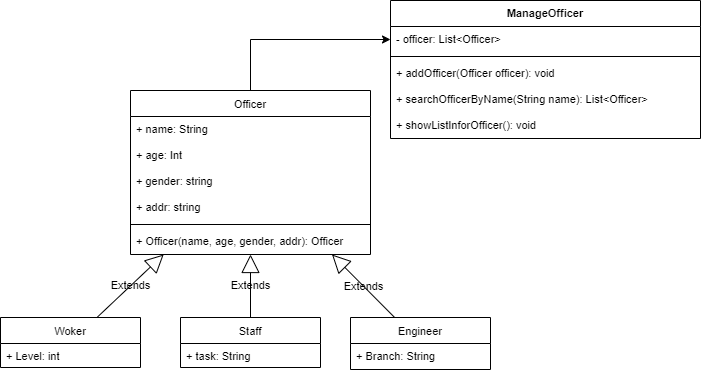
Above: unit1/UML_unit1.drawio.png in Tarykege/Java-assignment (draw.io), before the change. Source tidied: cells renumbered, new cells last; positions are measured from the earlier drawing's top-left corner, leaving out a move shared by most shapes.
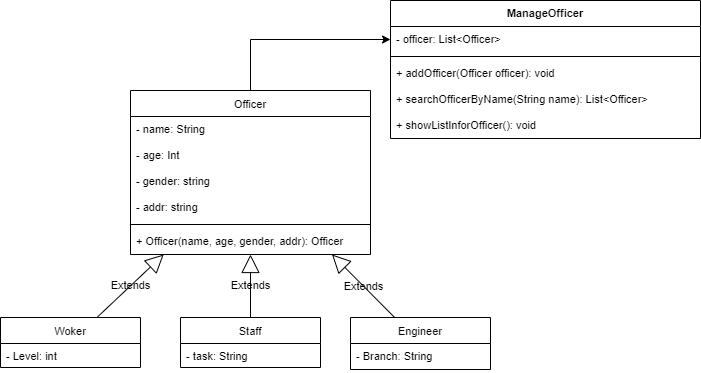
Above is the later version.

Commit message:
modified_UML_unit1

What changed in the source:
```diff
@@ -8,16 +8,16 @@
     <mxCell id="3" value="Officer" style="swimlane;fontStyle=0;horizontal=1;startSize=26;fillColor=none;fontSize=11;labelBackgroundColor=none;labelBorderColor=none;" parent="1" vertex="1">
       <mxGeometry x="130" y="90" width="240" height="164" as="geometry" />
     </mxCell>
-    <mxCell id="4" value="+ name: String    " style="text;strokeColor=none;fillColor=none;align=left;verticalAlign=top;spacingLeft=4;spacingRight=4;overflow=hidden;fontSize=11;labelBackgroundColor=none;labelBorderColor=none;" parent="3" vertex="1">
+    <mxCell id="4" value="- name: String    " style="text;strokeColor=none;fillColor=none;align=left;verticalAlign=top;spacingLeft=4;spacingRight=4;overflow=hidden;fontSize=11;labelBackgroundColor=none;labelBorderColor=none;" parent="3" vertex="1">
       <mxGeometry y="26" width="240" height="26" as="geometry" />
     </mxCell>
-    <mxCell id="5" value="+ age: Int" style="text;strokeColor=none;fillColor=none;align=left;verticalAlign=top;spacingLeft=4;spacingRight=4;overflow=hidden;fontSize=11;labelBackgroundColor=none;labelBorderColor=none;" parent="3" vertex="1">
+    <mxCell id="5" value="- age: Int" style="text;strokeColor=none;fillColor=none;align=left;verticalAlign=top;spacingLeft=4;spacingRight=4;overflow=hidden;fontSize=11;labelBackgroundColor=none;labelBorderColor=none;" parent="3" vertex="1">
       <mxGeometry y="52" width="240" height="26" as="geometry" />
     </mxCell>
-    <mxCell id="6" value="+ gender: string " style="text;strokeColor=none;align=left;verticalAlign=top;spacingLeft=4;spacingRight=4;overflow=hidden;shadow=0;fontSize=11;labelBackgroundColor=none;labelBorderColor=none;" parent="3" vertex="1">
+    <mxCell id="6" value="- gender: string " style="text;strokeColor=none;align=left;verticalAlign=top;spacingLeft=4;spacingRight=4;overflow=hidden;shadow=0;fontSize=11;labelBackgroundColor=none;labelBorderColor=none;" parent="3" vertex="1">
       <mxGeometry y="78" width="240" height="26" as="geometry" />
     </mxCell>
-    <mxCell id="7" value="+ addr: string " style="text;strokeColor=none;align=left;verticalAlign=top;spacingLeft=4;spacingRight=4;overflow=hidden;shadow=0;fontSize=11;labelBackgroundColor=none;labelBorderColor=none;" parent="3" vertex="1">
+    <mxCell id="7" value="- addr: string " style="text;strokeColor=none;align=left;verticalAlign=top;spacingLeft=4;spacingRight=4;overflow=hidden;shadow=0;fontSize=11;labelBackgroundColor=none;labelBorderColor=none;" parent="3" vertex="1">
       <mxGeometry y="104" width="240" height="26" as="geometry" />
     </mxCell>
     <mxCell id="8" style="line;strokeWidth=1;fillColor=none;align=left;verticalAlign=middle;spacingTop=-1;spacingLeft=3;spacingRight=3;labelPosition=right;shadow=0;labelBackgroundColor=none;fontSize=11;" parent="3" vertex="1">
@@ -29,19 +29,19 @@
     <mxCell id="10" value="Woker" style="swimlane;fontStyle=0;horizontal=1;startSize=26;fillColor=none;shadow=0;fontSize=11;labelBackgroundColor=none;labelBorderColor=none;" parent="1" vertex="1">
       <mxGeometry y="317" width="140" height="50" as="geometry" />
     </mxCell>
-    <mxCell id="11" value="+ Level: int" style="text;strokeColor=none;fillColor=none;align=left;verticalAlign=top;spacingLeft=4;spacingRight=4;overflow=hidden;fontSize=11;labelBackgroundColor=none;labelBorderColor=none;" parent="10" vertex="1">
+    <mxCell id="11" value="- Level: int" style="text;strokeColor=none;fillColor=none;align=left;verticalAlign=top;spacingLeft=4;spacingRight=4;overflow=hidden;fontSize=11;labelBackgroundColor=none;labelBorderColor=none;" parent="10" vertex="1">
       <mxGeometry y="26" width="140" height="24" as="geometry" />
     </mxCell>
     <mxCell id="12" value="Staff" style="swimlane;fontStyle=0;horizontal=1;startSize=26;fillColor=none;shadow=0;fontSize=11;labelBackgroundColor=none;labelBorderColor=none;" parent="1" vertex="1">
       <mxGeometry x="180" y="317" width="140" height="50" as="geometry" />
     </mxCell>
-    <mxCell id="13" value="+ task: String" style="text;strokeColor=none;fillColor=none;align=left;verticalAlign=top;spacingLeft=4;spacingRight=4;overflow=hidden;fontSize=11;labelBackgroundColor=none;labelBorderColor=none;" parent="12" vertex="1">
+    <mxCell id="13" value="- task: String" style="text;strokeColor=none;fillColor=none;align=left;verticalAlign=top;spacingLeft=4;spacingRight=4;overflow=hidden;fontSize=11;labelBackgroundColor=none;labelBorderColor=none;" parent="12" vertex="1">
       <mxGeometry y="26" width="140" height="24" as="geometry" />
     </mxCell>
     <mxCell id="14" value="Engineer" style="swimlane;fontStyle=0;horizontal=1;startSize=26;fillColor=none;shadow=0;fontSize=11;labelBackgroundColor=none;labelBorderColor=none;" parent="1" vertex="1">
       <mxGeometry x="350" y="317" width="140" height="52" as="geometry" />
     </mxCell>
-    <mxCell id="15" value="+ Branch: String" style="text;strokeColor=none;fillColor=none;align=left;verticalAlign=top;spacingLeft=4;spacingRight=4;overflow=hidden;fontSize=11;labelBackgroundColor=none;labelBorderColor=none;" parent="14" vertex="1">
+    <mxCell id="15" value="- Branch: String" style="text;strokeColor=none;fillColor=none;align=left;verticalAlign=top;spacingLeft=4;spacingRight=4;overflow=hidden;fontSize=11;labelBackgroundColor=none;labelBorderColor=none;" parent="14" vertex="1">
       <mxGeometry y="26" width="140" height="26" as="geometry" />
     </mxCell>
     <mxCell id="16" value="Extends" style="endArrow=block;endSize=16;endFill=0;html=1;fontSize=11;labelBackgroundColor=none;labelBorderColor=none;" parent="1" edge="1" source="10" target="3">
```
